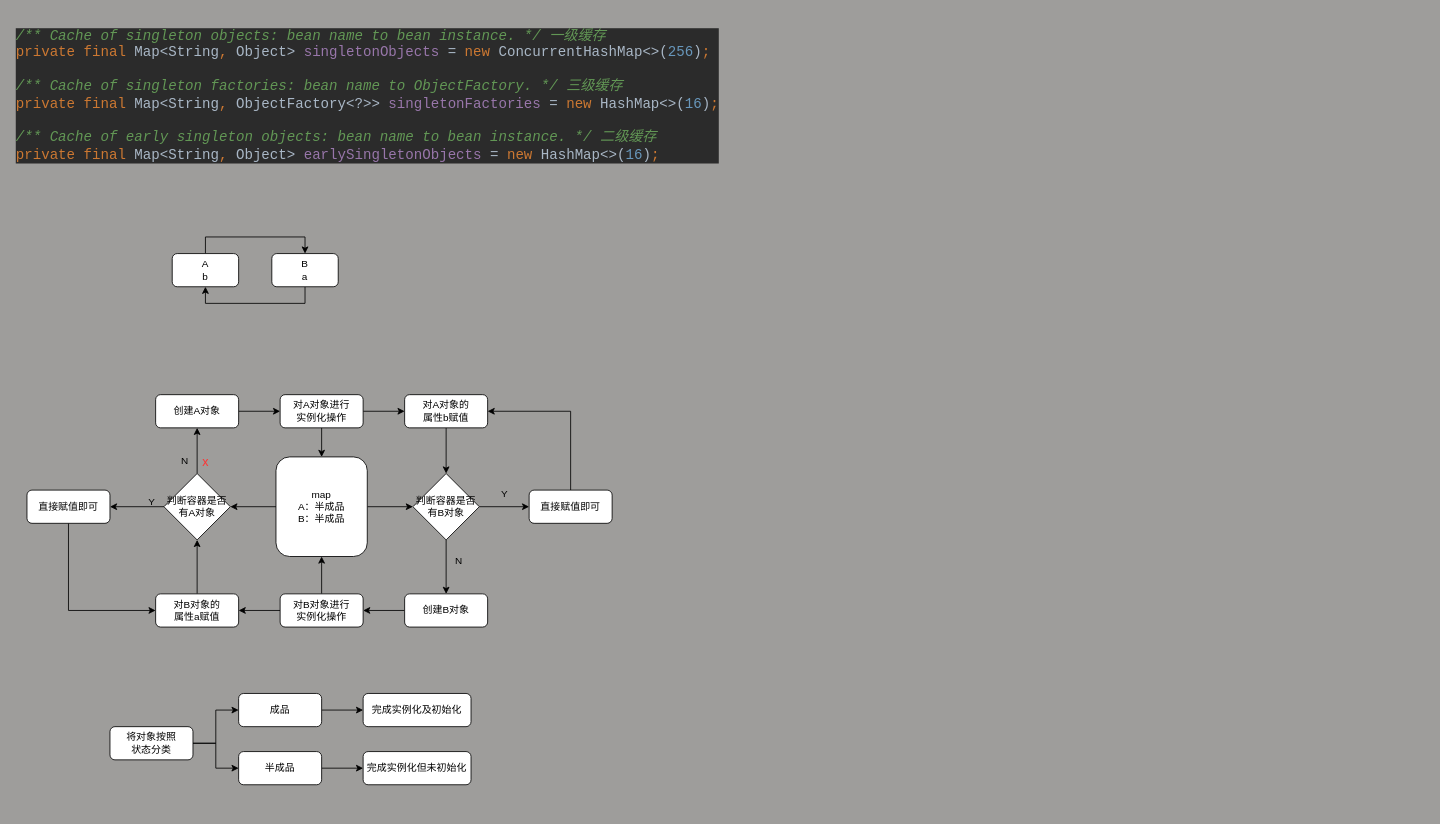
Before: page "Bean循环依赖" (3 of 3) of Spring/Spring Bean生命周期分析.drawio in linkypi/xmind, a draw.io diagram. Source tidied: cells renumbered, new cells numbered last; positions are measured from the earlier drawing's top-left corner, leaving out a move shared by most shapes. Both pictures are drawn from the tidied source at 83%, with x=0, y=0 at pixel (14, 21).
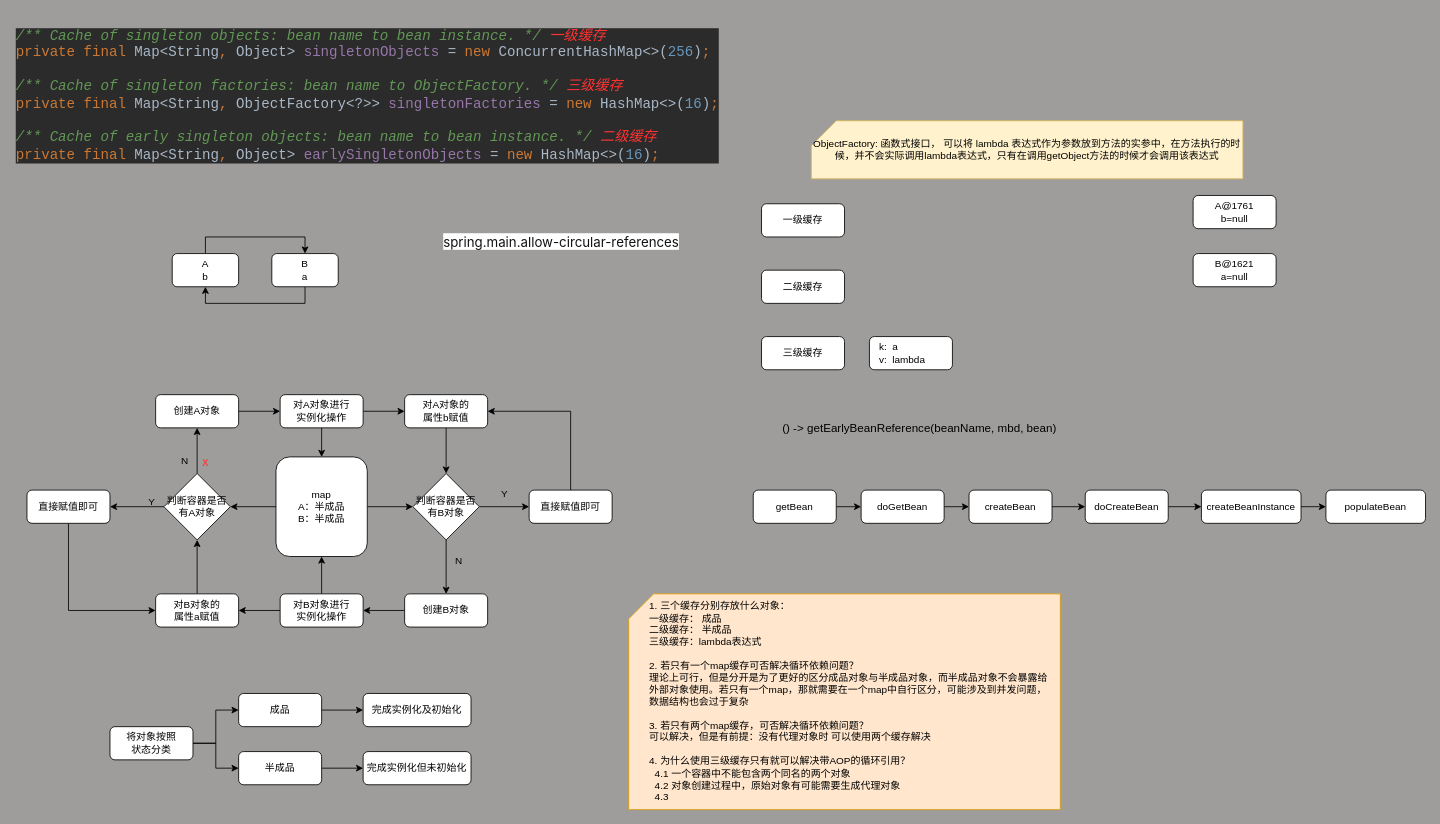
The same diagram, later.

Change to the diagram source:
```diff
@@
-    <mxCell id="2" value="&lt;pre style=&quot;background-color: rgb(43, 43, 43); color: rgb(169, 183, 198); font-family: Consolas, monospace; font-size: 17px;&quot;&gt;&lt;span style=&quot;color: rgb(98, 151, 85); font-style: italic; font-size: 17px;&quot;&gt;/** Cache of singleton objects: bean name to bean instance. */ 一级缓存&lt;br style=&quot;font-size: 17px;&quot;&gt;&lt;/span&gt;&lt;span style=&quot;color: rgb(204, 120, 50); font-size: 17px;&quot;&gt;private final &lt;/span&gt;Map&amp;lt;String&lt;span style=&quot;color: rgb(204, 120, 50); font-size: 17px;&quot;&gt;, &lt;/span&gt;Object&amp;gt; &lt;span style=&quot;color: rgb(152, 118, 170); font-size: 17px;&quot;&gt;singletonObjects &lt;/span&gt;= &lt;span style=&quot;color: rgb(204, 120, 50); font-size: 17px;&quot;&gt;new &lt;/span&gt;ConcurrentHashMap&amp;lt;&amp;gt;(&lt;span style=&quot;color: rgb(104, 151, 187); font-size: 17px;&quot;&gt;256&lt;/span&gt;)&lt;span style=&quot;color: rgb(204, 120, 50); font-size: 17px;&quot;&gt;;&lt;br style=&quot;font-size: 17px;&quot;&gt;&lt;/span&gt;&lt;span style=&quot;color: rgb(204, 120, 50); font-size: 17px;&quot;&gt;&lt;br style=&quot;font-size: 17px;&quot;&gt;&lt;/span&gt;&lt;span style=&quot;color: rgb(98, 151, 85); font-style: italic; font-size: 17px;&quot;&gt;/** Cache of singleton factories: bean name to ObjectFactory. */ 三级缓存&lt;br style=&quot;font-size: 17px;&quot;&gt;&lt;/span&gt;&lt;span style=&quot;color: rgb(204, 120, 50); font-size: 17px;&quot;&gt;private final &lt;/span&gt;Map&amp;lt;String&lt;span style=&quot;color: rgb(204, 120, 50); font-size: 17px;&quot;&gt;, &lt;/span&gt;ObjectFactory&amp;lt;?&amp;gt;&amp;gt; &lt;span style=&quot;color: rgb(152, 118, 170); font-size: 17px;&quot;&gt;singletonFactories &lt;/span&gt;= &lt;span style=&quot;color: rgb(204, 120, 50); font-size: 17px;&quot;&gt;new &lt;/span&gt;HashMap&amp;lt;&amp;gt;(&lt;span style=&quot;color: rgb(104, 151, 187); font-size: 17px;&quot;&gt;16&lt;/span&gt;)&lt;span style=&quot;color: rgb(204, 120, 50); font-size: 17px;&quot;&gt;;&lt;br style=&quot;font-size: 17px;&quot;&gt;&lt;/span&gt;&lt;span style=&quot;color: rgb(204, 120, 50); font-size: 17px;&quot;&gt;&lt;br style=&quot;font-size: 17px;&quot;&gt;&lt;/span&gt;&lt;span style=&quot;color: rgb(98, 151, 85); font-style: italic; font-size: 17px;&quot;&gt;/** Cache of early singleton objects: bean name to bean instance. */ 二级缓存&lt;br style=&quot;font-size: 17px;&quot;&gt;&lt;/span&gt;&lt;span style=&quot;color: rgb(204, 120, 50); font-size: 17px;&quot;&gt;private final &lt;/span&gt;Map&amp;lt;String&lt;span style=&quot;color: rgb(204, 120, 50); font-size: 17px;&quot;&gt;, &lt;/span&gt;Object&amp;gt; &lt;span style=&quot;color: rgb(152, 118, 170); font-size: 17px;&quot;&gt;earlySingletonObjects &lt;/span&gt;= &lt;span style=&quot;color: rgb(204, 120, 50); font-size: 17px;&quot;&gt;new &lt;/span&gt;HashMap&amp;lt;&amp;gt;(&lt;span style=&quot;color: rgb(104, 151, 187); font-size: 17px;&quot;&gt;16&lt;/span&gt;)&lt;span style=&quot;color: rgb(204, 120, 50); font-size: 17px;&quot;&gt;;&lt;/span&gt;&lt;/pre&gt;" style="text;whiteSpace=wrap;html=1;align=left;verticalAlign=middle;fontSize=17;" parent="1" vertex="1">
+    <mxCell id="2" value="&lt;pre style=&quot;background-color: rgb(43, 43, 43); font-family: Consolas, monospace; font-size: 17px;&quot;&gt;&lt;span style=&quot;color: rgb(98, 151, 85); font-style: italic; font-size: 17px;&quot;&gt;/** Cache of singleton objects: bean name to bean instance. */ &lt;/span&gt;&lt;span style=&quot;font-style: italic; font-size: 17px;&quot;&gt;&lt;font color=&quot;#ff3333&quot;&gt;一级缓存&lt;/font&gt;&lt;font color=&quot;#629755&quot;&gt;&lt;br style=&quot;font-size: 17px;&quot;&gt;&lt;/font&gt;&lt;/span&gt;&lt;span style=&quot;color: rgb(204, 120, 50); font-size: 17px;&quot;&gt;private final &lt;/span&gt;&lt;font color=&quot;#a9b7c6&quot;&gt;Map&amp;lt;String&lt;/font&gt;&lt;span style=&quot;color: rgb(204, 120, 50); font-size: 17px;&quot;&gt;, &lt;/span&gt;&lt;font color=&quot;#a9b7c6&quot;&gt;Object&amp;gt; &lt;/font&gt;&lt;span style=&quot;color: rgb(152, 118, 170); font-size: 17px;&quot;&gt;singletonObjects &lt;/span&gt;&lt;font color=&quot;#a9b7c6&quot;&gt;= &lt;/font&gt;&lt;span style=&quot;color: rgb(204, 120, 50); font-size: 17px;&quot;&gt;new &lt;/span&gt;&lt;font color=&quot;#a9b7c6&quot;&gt;ConcurrentHashMap&amp;lt;&amp;gt;(&lt;/font&gt;&lt;span style=&quot;color: rgb(104, 151, 187); font-size: 17px;&quot;&gt;256&lt;/span&gt;&lt;font color=&quot;#a9b7c6&quot;&gt;)&lt;/font&gt;&lt;span style=&quot;color: rgb(204, 120, 50); font-size: 17px;&quot;&gt;;&lt;br style=&quot;font-size: 17px;&quot;&gt;&lt;/span&gt;&lt;span style=&quot;color: rgb(204, 120, 50); font-size: 17px;&quot;&gt;&lt;br style=&quot;font-size: 17px;&quot;&gt;&lt;/span&gt;&lt;span style=&quot;color: rgb(98, 151, 85); font-style: italic; font-size: 17px;&quot;&gt;/** Cache of singleton factories: bean name to ObjectFactory. */ &lt;/span&gt;&lt;span style=&quot;font-style: italic; font-size: 17px;&quot;&gt;&lt;font color=&quot;#ff3333&quot;&gt;三级缓存&lt;/font&gt;&lt;font color=&quot;#629755&quot;&gt;&lt;br style=&quot;font-size: 17px;&quot;&gt;&lt;/font&gt;&lt;/span&gt;&lt;span style=&quot;color: rgb(204, 120, 50); font-size: 17px;&quot;&gt;private final &lt;/span&gt;&lt;font color=&quot;#a9b7c6&quot;&gt;Map&amp;lt;String&lt;/font&gt;&lt;span style=&quot;color: rgb(204, 120, 50); font-size: 17px;&quot;&gt;, &lt;/span&gt;&lt;font color=&quot;#a9b7c6&quot;&gt;ObjectFactory&amp;lt;?&amp;gt;&amp;gt; &lt;/font&gt;&lt;span style=&quot;color: rgb(152, 118, 170); font-size: 17px;&quot;&gt;singletonFactories &lt;/span&gt;&lt;font color=&quot;#a9b7c6&quot;&gt;= &lt;/font&gt;&lt;span style=&quot;color: rgb(204, 120, 50); font-size: 17px;&quot;&gt;new &lt;/span&gt;&lt;font color=&quot;#a9b7c6&quot;&gt;HashMap&amp;lt;&amp;gt;(&lt;/font&gt;&lt;span style=&quot;color: rgb(104, 151, 187); font-size: 17px;&quot;&gt;16&lt;/span&gt;&lt;font color=&quot;#a9b7c6&quot;&gt;)&lt;/font&gt;&lt;span style=&quot;color: rgb(204, 120, 50); font-size: 17px;&quot;&gt;;&lt;br style=&quot;font-size: 17px;&quot;&gt;&lt;/span&gt;&lt;span style=&quot;color: rgb(204, 120, 50); font-size: 17px;&quot;&gt;&lt;br style=&quot;font-size: 17px;&quot;&gt;&lt;/span&gt;&lt;span style=&quot;color: rgb(98, 151, 85); font-style: italic; font-size: 17px;&quot;&gt;/** Cache of early singleton objects: bean name to bean instance. */ &lt;/span&gt;&lt;span style=&quot;font-style: italic; font-size: 17px;&quot;&gt;&lt;font color=&quot;#ff3333&quot;&gt;二级缓存&lt;/font&gt;&lt;font color=&quot;#629755&quot;&gt;&lt;br style=&quot;font-size: 17px;&quot;&gt;&lt;/font&gt;&lt;/span&gt;&lt;span style=&quot;color: rgb(204, 120, 50); font-size: 17px;&quot;&gt;private final &lt;/span&gt;&lt;font color=&quot;#a9b7c6&quot;&gt;Map&amp;lt;String&lt;/font&gt;&lt;span style=&quot;color: rgb(204, 120, 50); font-size: 17px;&quot;&gt;, &lt;/span&gt;&lt;font color=&quot;#a9b7c6&quot;&gt;Object&amp;gt; &lt;/font&gt;&lt;span style=&quot;color: rgb(152, 118, 170); font-size: 17px;&quot;&gt;earlySingletonObjects &lt;/span&gt;&lt;font color=&quot;#a9b7c6&quot;&gt;= &lt;/font&gt;&lt;span style=&quot;color: rgb(204, 120, 50); font-size: 17px;&quot;&gt;new &lt;/span&gt;&lt;font color=&quot;#a9b7c6&quot;&gt;HashMap&amp;lt;&amp;gt;(&lt;/font&gt;&lt;span style=&quot;color: rgb(104, 151, 187); font-size: 17px;&quot;&gt;16&lt;/span&gt;&lt;font color=&quot;#a9b7c6&quot;&gt;)&lt;/font&gt;&lt;span style=&quot;color: rgb(204, 120, 50); font-size: 17px;&quot;&gt;;&lt;/span&gt;&lt;/pre&gt;" style="text;whiteSpace=wrap;html=1;align=left;verticalAlign=middle;fontSize=17;" parent="1" vertex="1">
       <mxGeometry width="790" height="180" as="geometry" />
     </mxCell>
@@
+    <mxCell id="48" style="edgeStyle=orthogonalEdgeStyle;rounded=0;jettySize=auto;html=1;exitX=1;exitY=0.5;exitDx=0;exitDy=0;entryX=0;entryY=0.5;entryDx=0;entryDy=0;" parent="1" edge="1" source="49" target="51">
+      <mxGeometry relative="1" as="geometry" />
+    </mxCell>
+    <mxCell id="49" value="getBean" style="rounded=1;whiteSpace=wrap;html=1;" parent="1" vertex="1">
+      <mxGeometry x="890" y="565" width="100" height="40" as="geometry" />
+    </mxCell>
+    <mxCell id="50" style="edgeStyle=orthogonalEdgeStyle;rounded=0;jettySize=auto;html=1;exitX=1;exitY=0.5;exitDx=0;exitDy=0;entryX=0;entryY=0.5;entryDx=0;entryDy=0;" parent="1" edge="1" source="51" target="53">
+      <mxGeometry relative="1" as="geometry" />
+    </mxCell>
+    <mxCell id="51" value="doGetBean" style="rounded=1;whiteSpace=wrap;html=1;" parent="1" vertex="1">
+      <mxGeometry x="1020" y="565" width="100" height="40" as="geometry" />
+    </mxCell>
+    <mxCell id="52" style="edgeStyle=orthogonalEdgeStyle;rounded=0;jettySize=auto;html=1;exitX=1;exitY=0.5;exitDx=0;exitDy=0;entryX=0;entryY=0.5;entryDx=0;entryDy=0;" parent="1" edge="1" source="53" target="55">
+      <mxGeometry relative="1" as="geometry" />
+    </mxCell>
+    <mxCell id="53" value="createBean" style="rounded=1;whiteSpace=wrap;html=1;" parent="1" vertex="1">
+      <mxGeometry x="1150" y="565" width="100" height="40" as="geometry" />
+    </mxCell>
+    <mxCell id="54" style="edgeStyle=orthogonalEdgeStyle;rounded=0;jettySize=auto;html=1;exitX=1;exitY=0.5;exitDx=0;exitDy=0;entryX=0;entryY=0.5;entryDx=0;entryDy=0;" parent="1" edge="1" source="55" target="57">
+      <mxGeometry relative="1" as="geometry" />
+    </mxCell>
+    <mxCell id="55" value="doCreateBean" style="rounded=1;whiteSpace=wrap;html=1;" parent="1" vertex="1">
+      <mxGeometry x="1290" y="565" width="100" height="40" as="geometry" />
+    </mxCell>
+    <mxCell id="56" style="edgeStyle=orthogonalEdgeStyle;rounded=0;jettySize=auto;html=1;exitX=1;exitY=0.5;exitDx=0;exitDy=0;entryX=0;entryY=0.5;entryDx=0;entryDy=0;" parent="1" edge="1" source="57" target="58">
+      <mxGeometry relative="1" as="geometry" />
+    </mxCell>
+    <mxCell id="57" value="createBeanInstance" style="rounded=1;whiteSpace=wrap;html=1;" parent="1" vertex="1">
+      <mxGeometry x="1430" y="565" width="120" height="40" as="geometry" />
+    </mxCell>
+    <mxCell id="58" value="populateBean" style="rounded=1;whiteSpace=wrap;html=1;" parent="1" vertex="1">
+      <mxGeometry x="1580" y="565" width="120" height="40" as="geometry" />
+    </mxCell>
+    <mxCell id="59" value="一级缓存" style="rounded=1;whiteSpace=wrap;html=1;" parent="1" vertex="1">
+      <mxGeometry x="900" y="220" width="100" height="40" as="geometry" />
+    </mxCell>
+    <mxCell id="60" value="二级缓存" style="rounded=1;whiteSpace=wrap;html=1;" parent="1" vertex="1">
+      <mxGeometry x="900" y="300" width="100" height="40" as="geometry" />
+    </mxCell>
+    <mxCell id="61" value="三级缓存" style="rounded=1;whiteSpace=wrap;html=1;" parent="1" vertex="1">
+      <mxGeometry x="900" y="380" width="100" height="40" as="geometry" />
+    </mxCell>
+    <mxCell id="62" value="&amp;nbsp; &amp;nbsp;k:&amp;nbsp; a&lt;br&gt;&amp;nbsp; &amp;nbsp;v:&amp;nbsp; lambda" style="rounded=1;whiteSpace=wrap;html=1;align=left;" parent="1" vertex="1">
+      <mxGeometry x="1030" y="380" width="100" height="40" as="geometry" />
+    </mxCell>
+    <mxCell id="63" value="A@1761&lt;br&gt;b=null" style="rounded=1;whiteSpace=wrap;html=1;" parent="1" vertex="1">
+      <mxGeometry x="1420" y="210" width="100" height="40" as="geometry" />
+    </mxCell>
+    <mxCell id="64" value="B@1621&lt;br&gt;a=null" style="rounded=1;whiteSpace=wrap;html=1;" parent="1" vertex="1">
+      <mxGeometry x="1420" y="280" width="100" height="40" as="geometry" />
+    </mxCell>
+    <mxCell id="65" value="() -&amp;gt; getEarlyBeanReference(beanName, mbd, bean)" style="text;html=1;align=center;verticalAlign=middle;strokeColor=none;fillColor=none;fontSize=14;" parent="1" vertex="1">
+      <mxGeometry x="915" y="475" width="350" height="30" as="geometry" />
+    </mxCell>
+    <mxCell id="66" value="ObjectFactory: 函数式接口， 可以将 lambda 表达式作为参数放到方法的实参中，在方法执行的时候，并不会实际调用lambda表达式，只有在调用getObject方法的时候才会调用该表达式" style="shape=card;whiteSpace=wrap;html=1;fillColor=#fff2cc;strokeColor=#d6b656;" parent="1" vertex="1">
+      <mxGeometry x="960" y="120" width="520" height="70" as="geometry" />
+    </mxCell>
+    <mxCell id="67" value="&lt;span style=&quot;color: rgb(18, 18, 18); font-family: -apple-system, BlinkMacSystemFont, &amp;quot;Helvetica Neue&amp;quot;, &amp;quot;PingFang SC&amp;quot;, &amp;quot;Microsoft YaHei&amp;quot;, &amp;quot;Source Han Sans SC&amp;quot;, &amp;quot;Noto Sans CJK SC&amp;quot;, &amp;quot;WenQuanYi Micro Hei&amp;quot;, sans-serif; font-size: medium; font-style: normal; font-variant-ligatures: normal; font-variant-caps: normal; font-weight: 400; letter-spacing: normal; orphans: 2; text-align: start; text-indent: 0px; text-transform: none; widows: 2; word-spacing: 0px; -webkit-text-stroke-width: 0px; background-color: rgb(255, 255, 255); text-decoration-thickness: initial; text-decoration-style: initial; text-decoration-color: initial; float: none; display: inline !important;&quot;&gt;spring.main.allow-circular-references&lt;/span&gt;" style="text;whiteSpace=wrap;html=1;" parent="1" vertex="1">
+      <mxGeometry x="515" y="250" width="310" height="40" as="geometry" />
+    </mxCell>
+    <mxCell id="68" value="1. 三个缓存分别存放什么对象：&lt;br&gt;一级缓存： 成品&lt;br&gt;二级缓存： 半成品&lt;br&gt;三级缓存：lambda表达式&lt;br&gt;&lt;br&gt;2. 若只有一个map缓存可否解决循环依赖问题？&lt;br&gt;理论上可行，但是分开是为了更好的区分成品对象与半成品对象，而半成品对象不会暴露给外部对象使用。若只有一个map，那就需要在一个map中自行区分，可能涉及到并发问题，数据结构也会过于复杂&lt;br&gt;&lt;br&gt;3. 若只有两个map缓存，可否解决循环依赖问题？&lt;br&gt;可以解决，但是有前提：没有代理对象时 可以使用两个缓存解决&lt;br&gt;&lt;br&gt;4. 为什么使用三级缓存只有就可以解决带AOP的循环引用？&lt;br&gt;&amp;nbsp; 4.1 一个容器中不能包含两个同名的两个对象&lt;br&gt;&amp;nbsp; 4.2 对象创建过程中，原始对象有可能需要生成代理对象&lt;br&gt;&amp;nbsp; 4.3&amp;nbsp;&lt;br&gt;" style="shape=card;whiteSpace=wrap;html=1;fillColor=#ffe6cc;strokeColor=#d79b00;align=left;spacingLeft=10;spacing=15;" parent="1" vertex="1">
+      <mxGeometry x="740" y="690" width="520" height="260" as="geometry" />
+    </mxCell>
```
